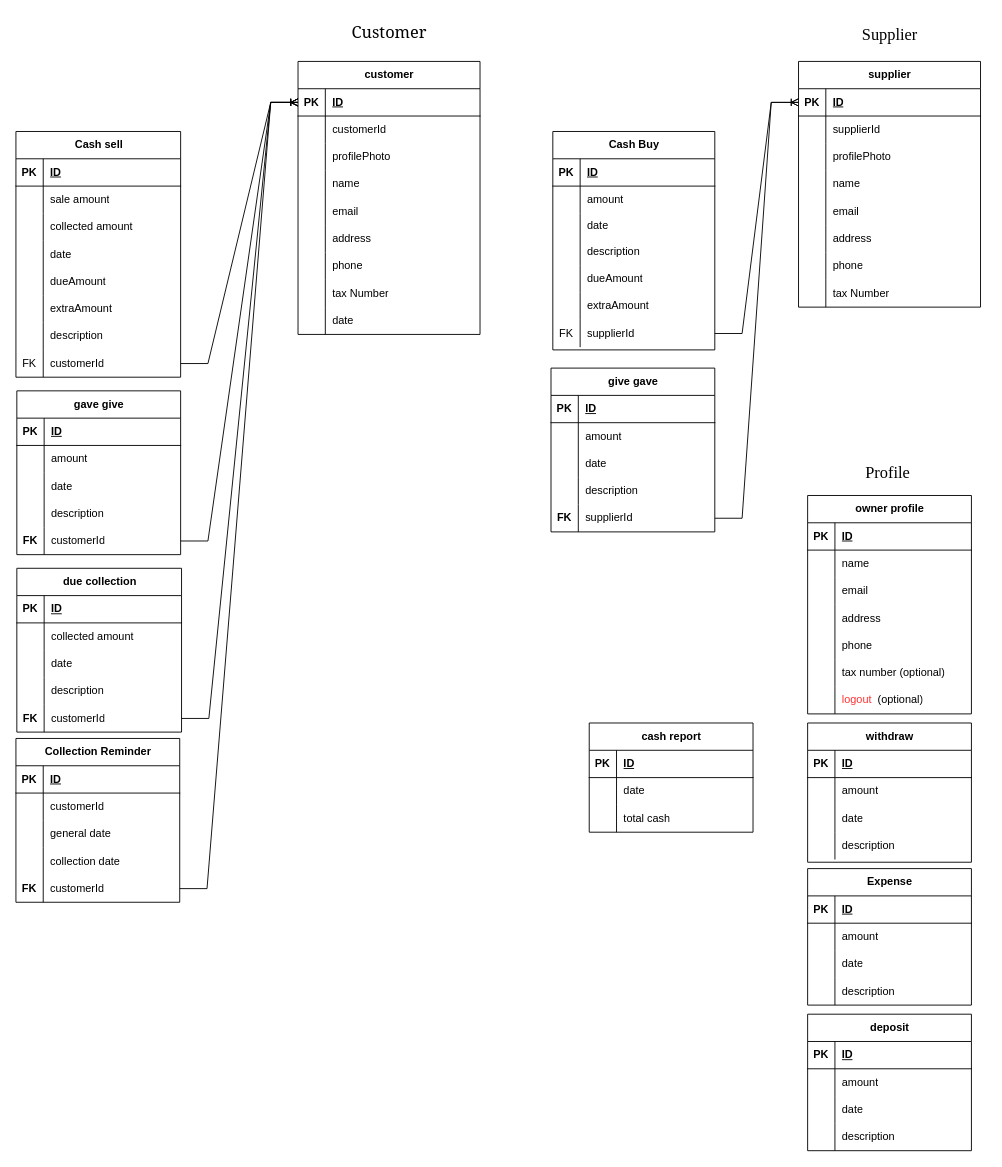
Before: databases/diagram.drawio in devsrakib/esBook, a draw.io diagram. Source tidied: cells renumbered, new cells numbered last; positions are measured from the earlier drawing's top-left corner, leaving out a move shared by most shapes. Both pictures are drawn from the tidied source at 91%, with x=0, y=0 at pixel (15, 15).
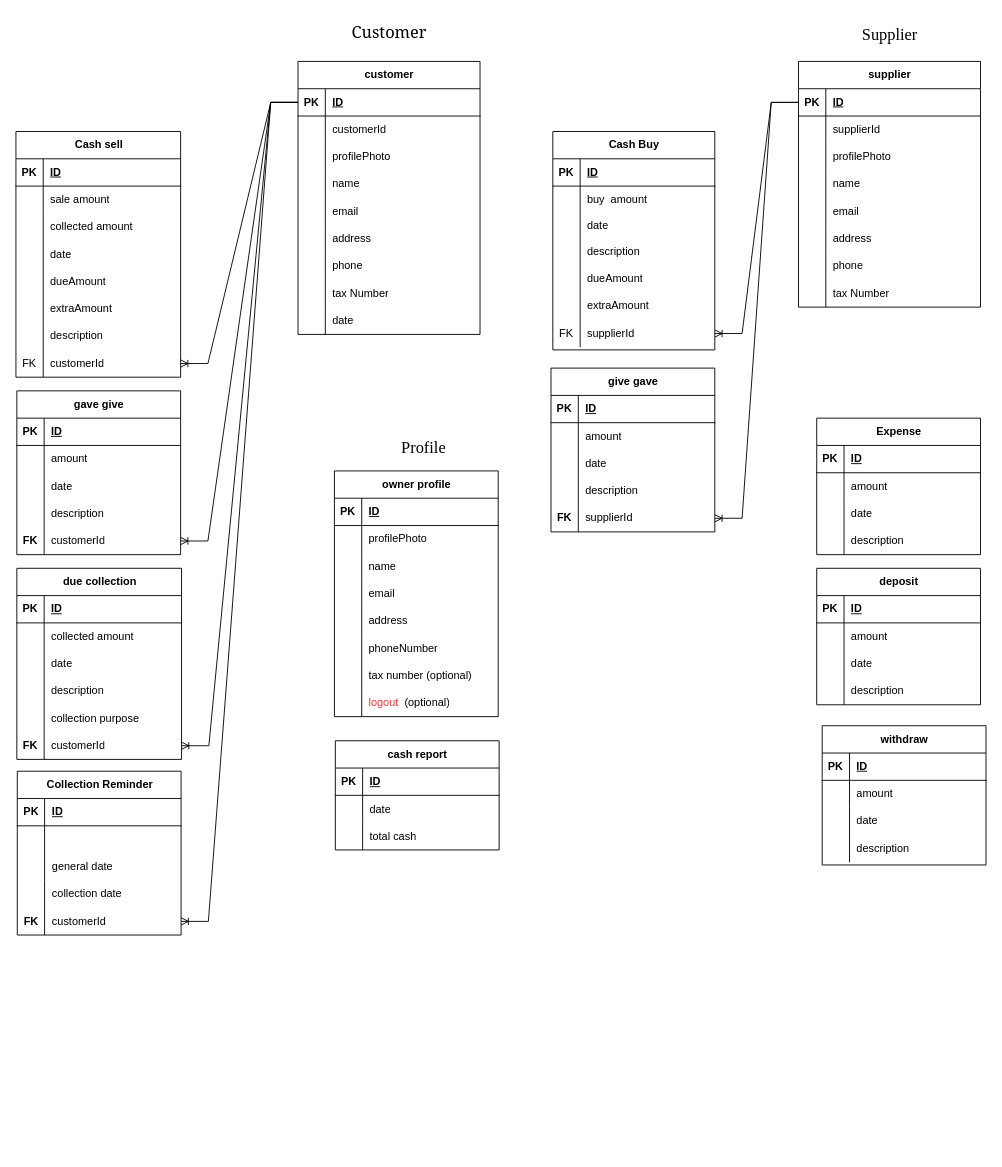
The same page after the edit.

Unchanged cells that the change refers to:
```xml
<mxCell id="3" style="shape=tableRow;horizontal=0;startSize=0;swimlaneHead=0;swimlaneBody=0;fillColor=none;points=[[0,0.5],[1,0.5]];portConstraint=eastwest;top=0;left=0;right=0;bottom=1;" parent="2" vertex="1">
  <mxGeometry y="30" width="200" height="30" as="geometry" />
</mxCell>
<mxCell id="52" style="shape=tableRow;horizontal=0;startSize=0;swimlaneHead=0;swimlaneBody=0;fillColor=none;points=[[0,0.5],[1,0.5]];portConstraint=eastwest;top=0;left=0;right=0;bottom=0;" parent="30" vertex="1">
  <mxGeometry y="240" width="181" height="30" as="geometry" />
</mxCell>
<mxCell id="56" style="shape=tableRow;horizontal=0;startSize=0;swimlaneHead=0;swimlaneBody=0;fillColor=none;points=[[0,0.5],[1,0.5]];portConstraint=eastwest;top=0;left=0;right=0;bottom=1;" parent="55" vertex="1">
  <mxGeometry y="30" width="200" height="30" as="geometry" />
</mxCell>
<mxCell id="133" style="shape=tableRow;horizontal=0;startSize=0;swimlaneHead=0;swimlaneBody=0;fillColor=none;points=[[0,0.5],[1,0.5]];portConstraint=eastwest;top=0;left=0;right=0;bottom=0;" parent="120" vertex="1">
  <mxGeometry y="150" width="180" height="30" as="geometry" />
</mxCell>
<mxCell id="149" style="shape=tableRow;horizontal=0;startSize=0;swimlaneHead=0;swimlaneBody=0;fillColor=none;points=[[0,0.5],[1,0.5]];portConstraint=eastwest;top=0;left=0;right=0;bottom=0;" parent="136" vertex="1">
  <mxGeometry y="150" width="180" height="30" as="geometry" />
</mxCell>
<mxCell id="172" style="shape=tableRow;horizontal=0;startSize=0;swimlaneHead=0;swimlaneBody=0;fillColor=none;top=0;left=0;right=0;bottom=0;" parent="168" vertex="1">
  <mxGeometry y="60" width="180" height="30" as="geometry" />
</mxCell>
<mxCell id="181" style="shape=tableRow;horizontal=0;startSize=0;swimlaneHead=0;swimlaneBody=0;fillColor=none;points=[[0,0.5],[1,0.5]];portConstraint=eastwest;top=0;left=0;right=0;bottom=0;" parent="168" vertex="1">
  <mxGeometry y="150" width="180" height="30" as="geometry" />
</mxCell>
<mxCell id="189" style="shape=tableRow;horizontal=0;startSize=0;swimlaneHead=0;swimlaneBody=0;fillColor=none;top=0;left=0;right=0;bottom=0;" parent="185" vertex="1">
  <mxGeometry y="60" width="180" height="30" as="geometry" />
</mxCell>
<mxCell id="218" style="shape=tableRow;horizontal=0;startSize=0;swimlaneHead=0;swimlaneBody=0;fillColor=none;top=0;left=0;right=0;bottom=0;" parent="214" vertex="1">
  <mxGeometry y="60" width="178" height="30" as="geometry" />
</mxCell>
<mxCell id="233" style="shape=tableRow;horizontal=0;startSize=0;swimlaneHead=0;swimlaneBody=0;fillColor=none;points=[[0,0.5],[1,0.5]];portConstraint=eastwest;top=0;left=0;right=0;bottom=0;" parent="214" vertex="1">
  <mxGeometry y="207" width="178" height="30" as="geometry" />
</mxCell>
```

The edit, as a diff of the source:
```diff
@@
     <mxCell id="80" value="Expense" style="shape=table;startSize=30;childLayout=tableLayout;rowLines=0;fontStyle=1;align=center;html=1;" parent="1" vertex="1">
-      <mxGeometry x="870" y="937" width="180" height="150" as="geometry" />
+      <mxGeometry x="880" y="442" width="180" height="150" as="geometry" />
     </mxCell>
@@
     <mxCell id="93" value="withdraw" style="shape=table;startSize=30;childLayout=tableLayout;rowLines=0;fontStyle=1;align=center;html=1;" parent="1" vertex="1">
-      <mxGeometry x="870" y="777" width="180" height="153" as="geometry" />
+      <mxGeometry x="886" y="780" width="180" height="153" as="geometry" />
     </mxCell>
@@
     <mxCell id="107" value="deposit" style="shape=table;startSize=30;childLayout=tableLayout;rowLines=0;fontStyle=1;align=center;html=1;" parent="1" vertex="1">
-      <mxGeometry x="870" y="1097" width="180" height="150" as="geometry" />
+      <mxGeometry x="880" y="607" width="180" height="150" as="geometry" />
     </mxCell>
@@
     <mxCell id="152" value="due collection" style="shape=table;startSize=30;childLayout=tableLayout;rowLines=0;fontStyle=1;align=center;html=1;" parent="1" vertex="1">
-      <mxGeometry x="1" y="607" width="181" height="180" as="geometry" />
+      <mxGeometry x="1" y="607" width="181" height="210" as="geometry" />
     </mxCell>
@@
+    <mxCell id="246" style="shape=tableRow;horizontal=0;startSize=0;swimlaneHead=0;swimlaneBody=0;fillColor=none;top=0;left=0;right=0;bottom=0;" parent="152" vertex="1">
+      <mxGeometry y="150" width="181" height="30" as="geometry" />
+    </mxCell>
+    <mxCell id="247" style="shape=partialRectangle;fillColor=none;top=0;left=0;bottom=0;right=0;overflow=hidden;whiteSpace=wrap;html=1;" parent="246" vertex="1">
+      <mxGeometry width="30" height="30" as="geometry" />
+    </mxCell>
+    <mxCell id="248" value="collection purpose" style="shape=partialRectangle;fillColor=none;top=0;left=0;bottom=0;right=0;align=left;spacingLeft=6;overflow=hidden;whiteSpace=wrap;html=1;" parent="246" vertex="1">
+      <mxGeometry x="30" width="151" height="30" as="geometry" />
+    </mxCell>
     <mxCell id="165" style="shape=tableRow;horizontal=0;startSize=0;swimlaneHead=0;swimlaneBody=0;fillColor=none;points=[[0,0.5],[1,0.5]];portConstraint=eastwest;top=0;left=0;right=0;bottom=0;" parent="152" vertex="1">
-      <mxGeometry y="150" width="181" height="30" as="geometry" />
+      <mxGeometry y="180" width="181" height="30" as="geometry" />
     </mxCell>
@@
     <mxCell id="168" value="Collection Reminder" style="shape=table;startSize=30;childLayout=tableLayout;rowLines=0;fontStyle=1;align=center;html=1;" parent="1" vertex="1">
-      <mxGeometry y="794" width="180" height="180" as="geometry" />
+      <mxGeometry x="1.5" y="830" width="180" height="180" as="geometry" />
     </mxCell>
@@
-    <mxCell id="174" value="customerId" style="shape=partialRectangle;fillColor=none;top=0;left=0;bottom=0;right=0;align=left;spacingLeft=6;overflow=hidden;whiteSpace=wrap;html=1;" parent="172" vertex="1">
+    <mxCell id="174" value="&amp;nbsp; &amp;nbsp;&amp;nbsp;" style="shape=partialRectangle;fillColor=none;top=0;left=0;bottom=0;right=0;align=left;spacingLeft=6;overflow=hidden;whiteSpace=wrap;html=1;" parent="172" vertex="1">
       <mxGeometry x="30" width="150" height="30" as="geometry" />
     </mxCell>
@@
     <mxCell id="184" value="&lt;font face=&quot;Garamond&quot; size=&quot;4&quot;&gt;Profile&amp;nbsp;&lt;/font&gt;" style="text;html=1;align=center;verticalAlign=middle;strokeColor=none;fillColor=none;" parent="1" vertex="1">
-      <mxGeometry x="920" y="487" width="80" height="30" as="geometry" />
+      <mxGeometry x="410" y="460" width="80" height="30" as="geometry" />
     </mxCell>
     <mxCell id="185" value="owner profile" style="shape=table;startSize=30;childLayout=tableLayout;rowLines=0;fontStyle=1;align=center;html=1;" parent="1" vertex="1">
-      <mxGeometry x="870" y="527" width="180" height="240" as="geometry" />
+      <mxGeometry x="350" y="500" width="180" height="270" as="geometry" />
     </mxCell>
@@
-    <mxCell id="191" value="name" style="shape=partialRectangle;fillColor=none;top=0;left=0;bottom=0;right=0;align=left;spacingLeft=6;overflow=hidden;whiteSpace=wrap;html=1;" parent="189" vertex="1">
+    <mxCell id="191" value="profilePhoto" style="shape=partialRectangle;fillColor=none;top=0;left=0;bottom=0;right=0;align=left;spacingLeft=6;overflow=hidden;whiteSpace=wrap;html=1;" parent="189" vertex="1">
       <mxGeometry x="30" width="150" height="30" as="geometry" />
     </mxCell>
+    <mxCell id="249" style="shape=tableRow;horizontal=0;startSize=0;swimlaneHead=0;swimlaneBody=0;fillColor=none;top=0;left=0;right=0;bottom=0;" parent="185" vertex="1">
+      <mxGeometry y="90" width="180" height="30" as="geometry" />
+    </mxCell>
+    <mxCell id="250" style="shape=partialRectangle;fillColor=none;top=0;left=0;bottom=0;right=0;overflow=hidden;whiteSpace=wrap;html=1;" parent="249" vertex="1">
+      <mxGeometry width="30" height="30" as="geometry" />
+    </mxCell>
+    <mxCell id="251" value="name" style="shape=partialRectangle;fillColor=none;top=0;left=0;bottom=0;right=0;align=left;spacingLeft=6;overflow=hidden;whiteSpace=wrap;html=1;" parent="249" vertex="1">
+      <mxGeometry x="30" width="150" height="30" as="geometry" />
+    </mxCell>
     <mxCell id="192" style="shape=tableRow;horizontal=0;startSize=0;swimlaneHead=0;swimlaneBody=0;fillColor=none;top=0;left=0;right=0;bottom=0;" parent="185" vertex="1">
-      <mxGeometry y="90" width="180" height="30" as="geometry" />
+      <mxGeometry y="120" width="180" height="30" as="geometry" />
     </mxCell>
@@
     <mxCell id="195" style="shape=tableRow;horizontal=0;startSize=0;swimlaneHead=0;swimlaneBody=0;fillColor=none;top=0;left=0;right=0;bottom=0;" parent="185" vertex="1">
-      <mxGeometry y="120" width="180" height="30" as="geometry" />
+      <mxGeometry y="150" width="180" height="30" as="geometry" />
     </mxCell>
@@
     <mxCell id="198" style="shape=tableRow;horizontal=0;startSize=0;swimlaneHead=0;swimlaneBody=0;fillColor=none;top=0;left=0;right=0;bottom=0;" parent="185" vertex="1">
-      <mxGeometry y="150" width="180" height="30" as="geometry" />
+      <mxGeometry y="180" width="180" height="30" as="geometry" />
     </mxCell>
@@
-    <mxCell id="200" value="phone" style="shape=partialRectangle;fillColor=none;top=0;left=0;bottom=0;right=0;align=left;spacingLeft=6;overflow=hidden;whiteSpace=wrap;html=1;" parent="198" vertex="1">
+    <mxCell id="200" value="phoneNumber" style="shape=partialRectangle;fillColor=none;top=0;left=0;bottom=0;right=0;align=left;spacingLeft=6;overflow=hidden;whiteSpace=wrap;html=1;" parent="198" vertex="1">
       <mxGeometry x="30" width="150" height="30" as="geometry" />
     </mxCell>
     <mxCell id="201" style="shape=tableRow;horizontal=0;startSize=0;swimlaneHead=0;swimlaneBody=0;fillColor=none;top=0;left=0;right=0;bottom=0;" parent="185" vertex="1">
-      <mxGeometry y="180" width="180" height="30" as="geometry" />
+      <mxGeometry y="210" width="180" height="30" as="geometry" />
     </mxCell>
@@
     <mxCell id="204" style="shape=tableRow;horizontal=0;startSize=0;swimlaneHead=0;swimlaneBody=0;fillColor=none;top=0;left=0;right=0;bottom=0;" parent="185" vertex="1">
-      <mxGeometry y="210" width="180" height="30" as="geometry" />
+      <mxGeometry y="240" width="180" height="30" as="geometry" />
     </mxCell>
@@
-    <mxCell id="207" style="edgeStyle=entityRelationEdgeStyle;fontSize=12;html=1;endArrow=ERoneToMany;rounded=0;entryX=0;entryY=0.5;entryDx=0;entryDy=0;exitX=1;exitY=0.5;exitDx=0;exitDy=0;" parent="1" edge="1" source="165" target="3">
+    <mxCell id="207" style="edgeStyle=entityRelationEdgeStyle;fontSize=12;html=1;endArrow=ERoneToMany;rounded=0;entryX=1;entryY=0.5;entryDx=0;entryDy=0;exitX=0;exitY=0.5;exitDx=0;exitDy=0;" parent="1" edge="1" source="3" target="165">
       <mxGeometry relative="1" as="geometry" />
     </mxCell>
-    <mxCell id="208" style="edgeStyle=entityRelationEdgeStyle;fontSize=12;html=1;endArrow=ERoneToMany;rounded=0;exitX=1;exitY=0.5;exitDx=0;exitDy=0;entryX=0;entryY=0.5;entryDx=0;entryDy=0;" parent="1" edge="1" source="52" target="3">
+    <mxCell id="208" style="edgeStyle=entityRelationEdgeStyle;fontSize=12;html=1;endArrow=ERoneToMany;rounded=0;entryX=1;entryY=0.5;entryDx=0;entryDy=0;exitX=0;exitY=0.5;exitDx=0;exitDy=0;" parent="1" edge="1" source="3" target="52">
       <mxGeometry relative="1" as="geometry" />
     </mxCell>
-    <mxCell id="209" style="edgeStyle=entityRelationEdgeStyle;fontSize=12;html=1;endArrow=ERoneToMany;rounded=0;entryX=0;entryY=0.5;entryDx=0;entryDy=0;exitX=1;exitY=0.5;exitDx=0;exitDy=0;" parent="1" edge="1" source="133" target="3">
+    <mxCell id="209" style="edgeStyle=entityRelationEdgeStyle;fontSize=12;html=1;endArrow=ERoneToMany;rounded=0;entryX=1;entryY=0.5;entryDx=0;entryDy=0;exitX=0;exitY=0.5;exitDx=0;exitDy=0;" parent="1" edge="1" source="3" target="133">
       <mxGeometry relative="1" as="geometry" />
     </mxCell>
-    <mxCell id="210" style="edgeStyle=entityRelationEdgeStyle;fontSize=12;html=1;endArrow=ERoneToMany;rounded=0;exitX=1;exitY=0.5;exitDx=0;exitDy=0;entryX=0;entryY=0.5;entryDx=0;entryDy=0;" parent="1" edge="1" source="181" target="3">
+    <mxCell id="210" style="edgeStyle=entityRelationEdgeStyle;fontSize=12;html=1;endArrow=ERoneToMany;rounded=0;entryX=1;entryY=0.5;entryDx=0;entryDy=0;exitX=0;exitY=0.5;exitDx=0;exitDy=0;" parent="1" edge="1" source="3" target="181">
       <mxGeometry relative="1" as="geometry" />
     </mxCell>
@@
-    <mxCell id="212" style="edgeStyle=entityRelationEdgeStyle;fontSize=12;html=1;endArrow=ERoneToMany;rounded=0;entryX=0;entryY=0.5;entryDx=0;entryDy=0;exitX=1;exitY=0.5;exitDx=0;exitDy=0;" parent="1" edge="1" source="233" target="56">
+    <mxCell id="212" style="edgeStyle=entityRelationEdgeStyle;fontSize=12;html=1;endArrow=ERoneToMany;rounded=0;exitX=0;exitY=0.5;exitDx=0;exitDy=0;entryX=1;entryY=0.5;entryDx=0;entryDy=0;" parent="1" edge="1" source="56" target="233">
       <mxGeometry relative="1" as="geometry" />
     </mxCell>
-    <mxCell id="213" style="edgeStyle=entityRelationEdgeStyle;fontSize=12;html=1;endArrow=ERoneToMany;rounded=0;exitX=1;exitY=0.5;exitDx=0;exitDy=0;entryX=0;entryY=0.5;entryDx=0;entryDy=0;" parent="1" edge="1" source="149" target="56">
+    <mxCell id="213" style="edgeStyle=entityRelationEdgeStyle;fontSize=12;html=1;endArrow=ERoneToMany;rounded=0;exitX=0;exitY=0.5;exitDx=0;exitDy=0;entryX=1;entryY=0.5;entryDx=0;entryDy=0;" parent="1" edge="1" source="56" target="149">
       <mxGeometry relative="1" as="geometry" />
     </mxCell>
@@
-    <mxCell id="220" value="amount" style="shape=partialRectangle;fillColor=none;top=0;left=0;bottom=0;right=0;align=left;spacingLeft=6;overflow=hidden;whiteSpace=wrap;html=1;" parent="218" vertex="1">
+    <mxCell id="220" value="buy &amp;nbsp;amount" style="shape=partialRectangle;fillColor=none;top=0;left=0;bottom=0;right=0;align=left;spacingLeft=6;overflow=hidden;whiteSpace=wrap;html=1;" parent="218" vertex="1">
       <mxGeometry x="30" width="148" height="30" as="geometry" />
     </mxCell>
@@
     <mxCell id="236" value="cash report" style="shape=table;startSize=30;childLayout=tableLayout;rowLines=0;fontStyle=1;align=center;html=1;" parent="1" vertex="1">
-      <mxGeometry x="630" y="777" width="180" height="120" as="geometry" />
+      <mxGeometry x="351" y="796.5" width="180" height="120" as="geometry" />
     </mxCell>
@@
+    <mxCell id="252" style="edgeStyle=orthogonalEdgeStyle;rounded=0;jettySize=auto;html=1;exitX=1;exitY=0.5;exitDx=0;exitDy=0;" parent="1" edge="1" source="181">
+      <mxGeometry relative="1" as="geometry">
+        <mxPoint x="181.8" y="994.9" as="targetPoint" />
+      </mxGeometry>
+    </mxCell>
```
